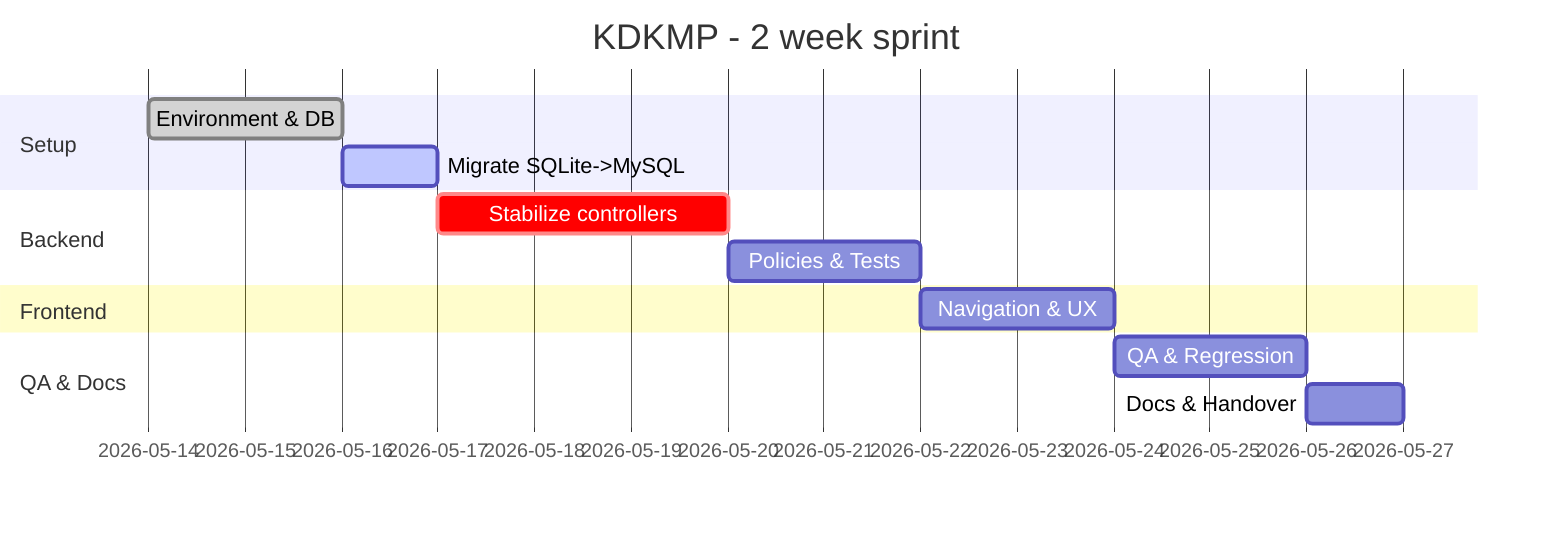
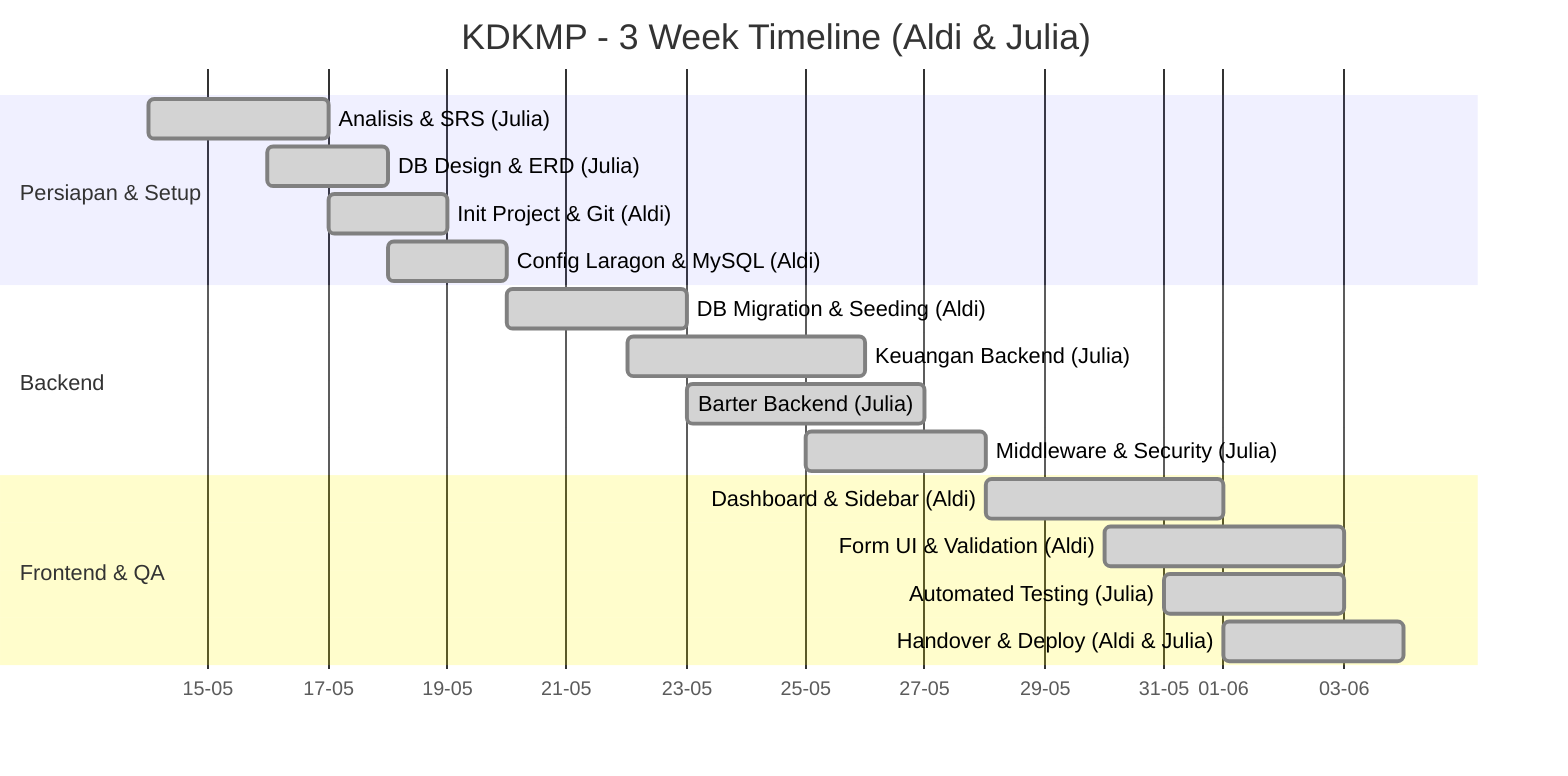
- %% Mermaid Gantt for sprint planning
+ %% Mermaid Gantt for 3-week sprint planning
gantt
-     title KDKMP - 2 week sprint
+     title KDKMP - 3 Week Timeline (Aldi & Julia)
    dateFormat  YYYY-MM-DD
-     section Setup
-     Environment & DB       :done,    des1, 2026-05-14, 2d
-     Migrate SQLite->MySQL  :active,  des2, 2026-05-16, 1d
+     axisFormat  %d-%m
+     section Persiapan & Setup
+     Analisis & SRS (Julia)         :done, t1, 2026-05-14, 3d
+     DB Design & ERD (Julia)        :done, t2, 2026-05-16, 2d
+     Init Project & Git (Aldi)      :done, t3, 2026-05-17, 2d
+     Config Laragon & MySQL (Aldi)  :done, t4, 2026-05-18, 2d
    section Backend
-     Stabilize controllers  :crit, b1, 2026-05-17, 3d
-     Policies & Tests       :b2, 2026-05-20, 2d
-     section Frontend
-     Navigation & UX        :f1, 2026-05-22, 2d
-     section QA & Docs
-     QA & Regression        :q1, 2026-05-24, 2d
-     Docs & Handover        :d1, 2026-05-26, 1d
+     DB Migration & Seeding (Aldi)  :done, t5, 2026-05-20, 3d
+     Keuangan Backend (Julia)       :done, t6, 2026-05-22, 4d
+     Barter Backend (Julia)         :done, t7, 2026-05-23, 4d
+     Middleware & Security (Julia)  :done, t8, 2026-05-25, 3d
+     section Frontend & QA
+     Dashboard & Sidebar (Aldi)     :done, t9, 2026-05-28, 4d
+     Form UI & Validation (Aldi)    :done, t10, 2026-05-30, 4d
+     Automated Testing (Julia)      :done, t11, 2026-05-31, 3d
+     Handover & Deploy (Aldi & Julia) :done, t12, 2026-06-01, 3d
